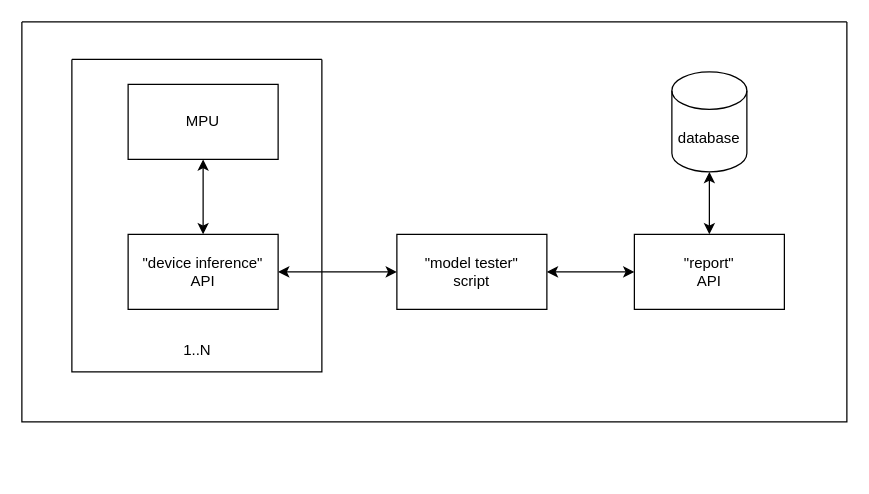
Above: SystemDesign/Diagrams/xml/components_overall.drawio in ponik73/MasterThesis (draw.io), before the change. Source tidied: cells renumbered, new cells numbered last; positions are measured from the earlier drawing's top-left corner, leaving out a move shared by most shapes. Both pictures are drawn from the tidied source at 125%, with x=0, y=0 at pixel (21, 21).
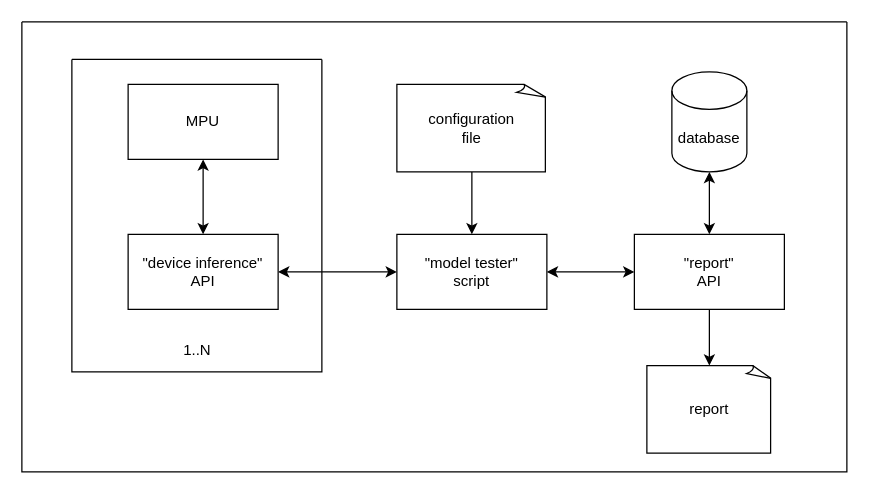
The same page after the edit.

Commit message (it also covers changes not shown here):
system desing - architecture diagram

What changed in the source:
```diff
@@
 <mxGraphModel>
   <root>
     <mxCell id="0" />
     <mxCell id="1" parent="0" />
     <mxCell id="2" style="edgeStyle=orthogonalEdgeStyle;rounded=0;jettySize=auto;html=1;entryX=1;entryY=0.5;entryDx=0;entryDy=0;startArrow=classic;startFill=1;" parent="1" edge="1" source="4" target="9">
       <mxGeometry relative="1" as="geometry" />
     </mxCell>
     <mxCell id="3" style="edgeStyle=orthogonalEdgeStyle;rounded=0;jettySize=auto;html=1;startArrow=classic;startFill=1;" parent="1" edge="1" source="4" target="11">
       <mxGeometry relative="1" as="geometry" />
     </mxCell>
     <mxCell id="4" value="&quot;model&amp;nbsp;&lt;span style=&quot;background-color: initial;&quot;&gt;tester&quot;&lt;/span&gt;&lt;div&gt;script&lt;/div&gt;" style="rounded=0;whiteSpace=wrap;html=1;" parent="1" vertex="1">
       <mxGeometry x="300" y="170" width="120" height="60" as="geometry" />
     </mxCell>
     <mxCell id="5" style="group;" parent="1" vertex="1">
       <mxGeometry x="40" y="30" width="200" height="250" as="geometry" />
     </mxCell>
     <mxCell id="6" style="swimlane;startSize=0;" parent="5" vertex="1">
       <mxGeometry width="200" height="250" as="geometry" />
     </mxCell>
     <mxCell id="7" style="edgeStyle=orthogonalEdgeStyle;rounded=0;jettySize=auto;html=1;startArrow=classic;startFill=1;" parent="6" edge="1" source="8" target="9">
       <mxGeometry relative="1" as="geometry" />
     </mxCell>
     <mxCell id="8" value="MPU" style="rounded=0;whiteSpace=wrap;html=1;" parent="6" vertex="1">
       <mxGeometry x="45" y="20" width="120" height="60" as="geometry" />
     </mxCell>
     <mxCell id="9" value="&quot;device inference&lt;span style=&quot;background-color: initial;&quot;&gt;&quot;&lt;/span&gt;&lt;div&gt;API&lt;/div&gt;" style="rounded=0;whiteSpace=wrap;html=1;" parent="6" vertex="1">
       <mxGeometry x="45" y="140" width="120" height="60" as="geometry" />
     </mxCell>
     <mxCell id="10" value="1..N" style="text;html=1;align=center;verticalAlign=middle;strokeColor=none;fillColor=none;" parent="5" vertex="1">
       <mxGeometry x="75" y="218" width="50" height="30" as="geometry" />
     </mxCell>
+    <mxCell id="15" style="edgeStyle=orthogonalEdgeStyle;rounded=0;jettySize=auto;html=1;" parent="1" edge="1" source="11" target="17">
+      <mxGeometry relative="1" as="geometry" />
+    </mxCell>
     <mxCell id="11" value="&quot;report&lt;span style=&quot;background-color: initial;&quot;&gt;&quot;&lt;/span&gt;&lt;div&gt;API&lt;/div&gt;" style="rounded=0;whiteSpace=wrap;html=1;" parent="1" vertex="1">
       <mxGeometry x="490" y="170" width="120" height="60" as="geometry" />
     </mxCell>
     <mxCell id="12" style="edgeStyle=orthogonalEdgeStyle;rounded=0;jettySize=auto;html=1;startArrow=classic;startFill=1;" parent="1" edge="1" source="13" target="11">
       <mxGeometry relative="1" as="geometry" />
     </mxCell>
     <mxCell id="13" value="database" style="shape=cylinder3;whiteSpace=wrap;html=1;boundedLbl=1;backgroundOutline=1;size=15;" parent="1" vertex="1">
       <mxGeometry x="520" y="40" width="60" height="80" as="geometry" />
     </mxCell>
     <mxCell id="14" style="swimlane;startSize=0;" parent="1" vertex="1">
-      <mxGeometry width="660" height="320" as="geometry" />
+      <mxGeometry width="660" height="360" as="geometry" />
     </mxCell>
+    <mxCell id="16" value="configuration&lt;div&gt;file&lt;/div&gt;" style="whiteSpace=wrap;html=1;shape=mxgraph.basic.document;" parent="14" vertex="1">
+      <mxGeometry x="300" y="50" width="120" height="70" as="geometry" />
+    </mxCell>
+    <mxCell id="17" value="report" style="whiteSpace=wrap;html=1;shape=mxgraph.basic.document;" parent="14" vertex="1">
+      <mxGeometry x="500" y="275" width="100" height="70" as="geometry" />
+    </mxCell>
+    <mxCell id="18" style="edgeStyle=orthogonalEdgeStyle;rounded=0;jettySize=auto;html=1;" parent="1" edge="1" source="16" target="4">
+      <mxGeometry relative="1" as="geometry" />
+    </mxCell>
   </root>
 </mxGraphModel>
```
